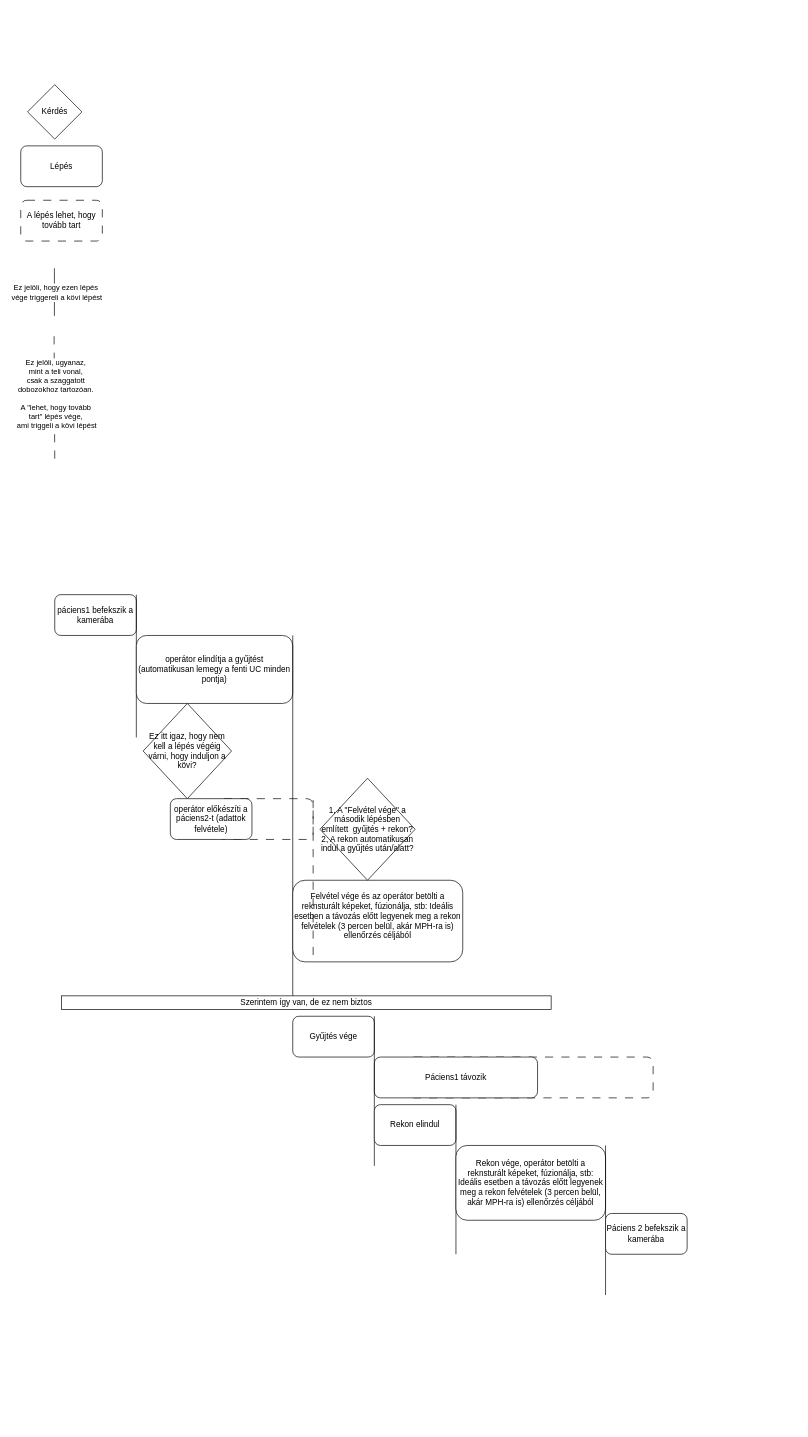
The draw.io diagram IV_Flow_diagram_UC1_SPECT_CT berenezésnél rutin.drawio in szvatai1985/drawio_files, before the edit. Source tidied: cells renumbered, new cells numbered last; positions are measured from the earlier drawing's top-left corner, leaving out a move shared by most shapes. Both pictures are drawn from the tidied source at 68%, with x=0, y=0 at pixel (20, 84).
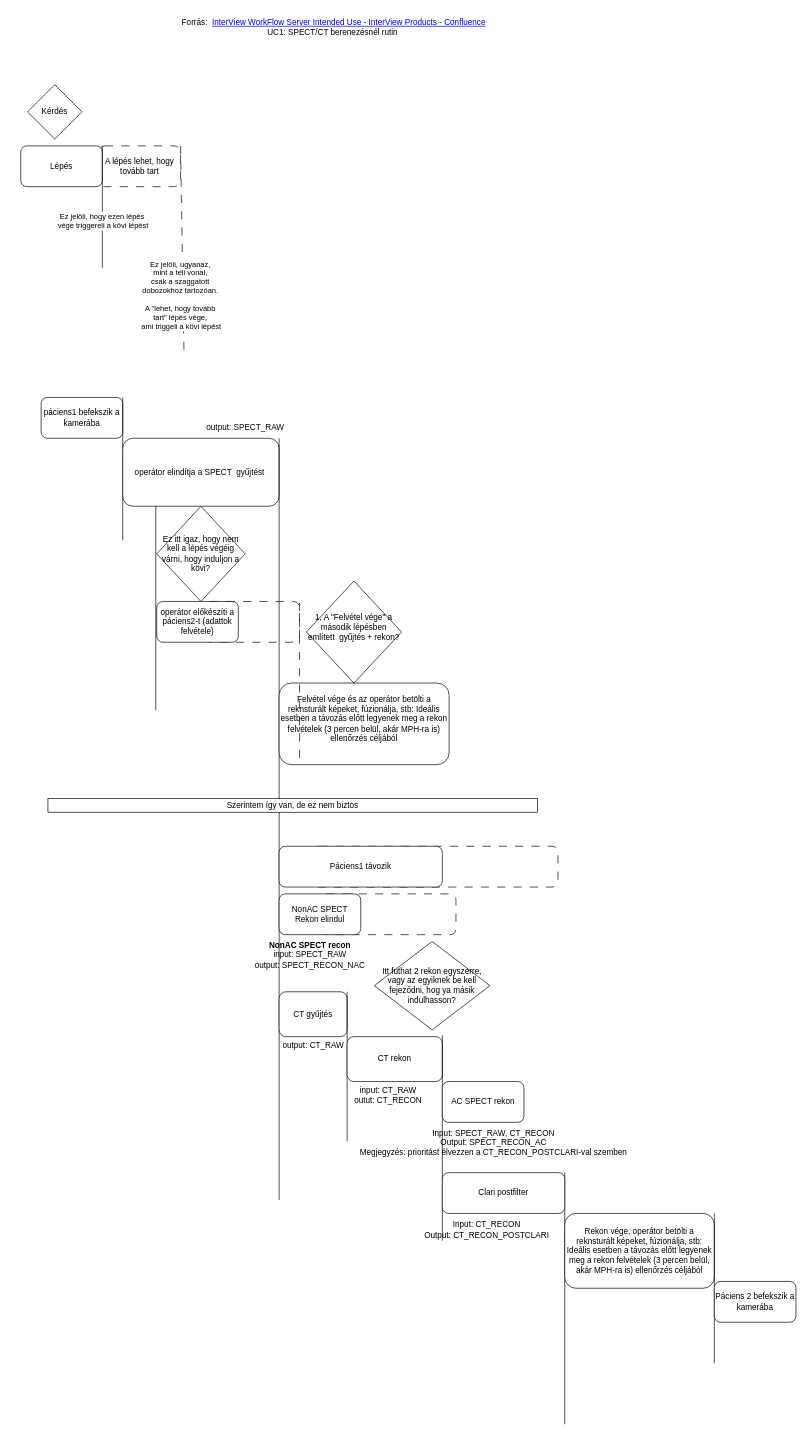
After the change.

The change refers to these unchanged cells:
```xml
<mxCell id="13" value="Lépés" style="rounded=1;whiteSpace=wrap;html=1;" parent="1" vertex="1">
  <mxGeometry y="90" width="120" height="60" as="geometry" />
</mxCell>
```

Change to the diagram source:
```diff
@@
+    <mxCell id="14" value="A lépés lehet, hogy tovább tart" style="rounded=1;whiteSpace=wrap;html=1;dashed=1;dashPattern=12 12;" parent="1" vertex="1">
+      <mxGeometry x="115" y="90" width="120" height="60" as="geometry" />
+    </mxCell>
+    <mxCell id="29" style="rounded=1;whiteSpace=wrap;html=1;dashed=1;dashPattern=12 12;" parent="1" vertex="1">
+      <mxGeometry x="440" y="1190" width="200" height="60" as="geometry" />
+    </mxCell>
     <mxCell id="2" style="rounded=1;whiteSpace=wrap;html=1;dashed=1;dashPattern=12 12;" parent="1" vertex="1">
-      <mxGeometry x="570" y="1430" width="360" height="60" as="geometry" />
+      <mxGeometry x="430" y="1120" width="360" height="60" as="geometry" />
     </mxCell>
     <mxCell id="3" style="rounded=1;whiteSpace=wrap;html=1;dashed=1;dashPattern=12 12;" parent="1" vertex="1">
-      <mxGeometry x="290" y="1050" width="140" height="60" as="geometry" />
+      <mxGeometry x="270" y="760" width="140" height="60" as="geometry" />
     </mxCell>
     <mxCell id="4" value="páciens1 befekszik a kamerába" style="rounded=1;whiteSpace=wrap;html=1;" parent="1" vertex="1">
-      <mxGeometry x="50" y="750" width="120" height="60" as="geometry" />
+      <mxGeometry x="30" y="460" width="120" height="60" as="geometry" />
     </mxCell>
     <mxCell id="5" style="endArrow=none;html=1;rounded=0;entryX=1;entryY=0;entryDx=0;entryDy=0;" parent="1" edge="1" target="4">
       <mxGeometry relative="1" as="geometry">
-        <mxPoint x="170" y="960" as="sourcePoint" />
+        <mxPoint x="150" y="670" as="sourcePoint" />
       </mxGeometry>
     </mxCell>
-    <mxCell id="6" value="&lt;div&gt;operátor elindítja a gyűjtést (automatikusan lemegy a fenti UC minden pontja)&lt;/div&gt;" style="rounded=1;whiteSpace=wrap;html=1;" parent="1" vertex="1">
-      <mxGeometry x="170" y="810" width="230" height="100" as="geometry" />
+    <mxCell id="6" value="&lt;div&gt;operátor elindítja a&amp;nbsp;SPECT&amp;nbsp; gyűjtést&amp;nbsp;&lt;/div&gt;" style="rounded=1;whiteSpace=wrap;html=1;" parent="1" vertex="1">
+      <mxGeometry x="150" y="520" width="230" height="100" as="geometry" />
     </mxCell>
     <mxCell id="7" value="&lt;div&gt;operátor előkészíti a páciens2-t (adattok felvétele)&lt;/div&gt;" style="rounded=1;whiteSpace=wrap;html=1;" parent="1" vertex="1">
-      <mxGeometry x="220" y="1050" width="120" height="60" as="geometry" />
+      <mxGeometry x="200" y="760" width="120" height="60" as="geometry" />
     </mxCell>
     <mxCell id="8" value="Ez itt igaz, hogy nem kell a lépés végéig várni, hogy induljon a kövi?" style="rhombus;whiteSpace=wrap;html=1;" parent="1" vertex="1">
-      <mxGeometry x="180" y="910" width="130" height="140" as="geometry" />
+      <mxGeometry x="200" y="620" width="130" height="140" as="geometry" />
     </mxCell>
     <mxCell id="9" style="endArrow=none;html=1;rounded=0;entryX=1;entryY=0;entryDx=0;entryDy=0;" parent="1" edge="1">
       <mxGeometry relative="1" as="geometry">
-        <mxPoint x="400" y="1340" as="sourcePoint" />
-        <mxPoint x="400" y="810" as="targetPoint" />
+        <mxPoint x="380" y="1640" as="sourcePoint" />
+        <mxPoint x="380" y="520" as="targetPoint" />
       </mxGeometry>
     </mxCell>
     <mxCell id="10" value="&lt;div&gt;Felvétel vége és az operátor betölti a reknsturált képeket, fúzionálja, stb: Ideális esetben a távozás előtt legyenek meg a rekon felvételek (3 percen belül, akár MPH-ra is) ellenőrzés céljából&lt;/div&gt;&lt;div&gt;&lt;br&gt;&lt;/div&gt;" style="rounded=1;whiteSpace=wrap;html=1;" parent="1" vertex="1">
-      <mxGeometry x="400" y="1170" width="250" height="120" as="geometry" />
+      <mxGeometry x="380" y="880" width="250" height="120" as="geometry" />
     </mxCell>
     <mxCell id="11" style="endArrow=none;html=1;rounded=0;entryX=1;entryY=0;entryDx=0;entryDy=0;dashed=1;dashPattern=12 12;" parent="1" edge="1">
       <mxGeometry relative="1" as="geometry">
-        <mxPoint x="430" y="1280" as="sourcePoint" />
-        <mxPoint x="430" y="1050" as="targetPoint" />
+        <mxPoint x="410" y="990" as="sourcePoint" />
+        <mxPoint x="410" y="760" as="targetPoint" />
       </mxGeometry>
     </mxCell>
@@
-    <mxCell id="14" value="A lépés lehet, hogy tovább tart" style="rounded=1;whiteSpace=wrap;html=1;dashed=1;dashPattern=12 12;" parent="1" vertex="1">
-      <mxGeometry y="170" width="120" height="60" as="geometry" />
-    </mxCell>
-    <mxCell id="15" style="endArrow=none;html=1;rounded=0;" parent="1" edge="1">
+    <mxCell id="15" style="endArrow=none;html=1;rounded=0;entryX=1;entryY=0;entryDx=0;entryDy=0;" parent="1" edge="1" target="13">
       <mxGeometry relative="1" as="geometry">
-        <mxPoint x="49.5" y="340" as="sourcePoint" />
-        <mxPoint x="49.5" y="270" as="targetPoint" />
+        <mxPoint x="120" y="270" as="sourcePoint" />
       </mxGeometry>
     </mxCell>
     <mxCell id="16" value="Ez jelöli, hogy ezen lépés&amp;nbsp;&lt;div&gt;vége triggereli a kövi lépést&lt;/div&gt;" style="edgeLabel;html=1;align=center;verticalAlign=middle;" parent="15" vertex="1">
-      <mxGeometry y="-3" relative="1" as="geometry" />
+      <mxGeometry y="-3" relative="1" as="geometry">
+        <mxPoint x="-3" y="20" as="offset" />
+      </mxGeometry>
     </mxCell>
     <mxCell id="17" style="endArrow=none;html=1;rounded=0;dashed=1;dashPattern=12 12;" parent="1" edge="1">
       <mxGeometry relative="1" as="geometry">
-        <mxPoint x="50" y="550" as="sourcePoint" />
-        <mxPoint x="49" y="360" as="targetPoint" />
+        <mxPoint x="240" y="390" as="sourcePoint" />
+        <mxPoint x="235" y="90" as="targetPoint" />
       </mxGeometry>
     </mxCell>
     <mxCell id="18" value="Ez jelöli, ugyanaz,&amp;nbsp;&lt;div&gt;mint a teli vonal,&amp;nbsp;&lt;div&gt;csak a szaggatott&amp;nbsp;&lt;/div&gt;&lt;div&gt;dobozokhoz tartozóan.&amp;nbsp;&lt;/div&gt;&lt;div&gt;&lt;br&gt;&lt;/div&gt;&lt;div&gt;A &quot;lehet, hogy tovább&amp;nbsp;&lt;/div&gt;&lt;div&gt;tart&quot; lépés vége,&amp;nbsp;&lt;/div&gt;&lt;div&gt;ami triggeli a kövi lépést&lt;/div&gt;&lt;/div&gt;" style="edgeLabel;html=1;align=center;verticalAlign=middle;" parent="17" vertex="1">
-      <mxGeometry y="-3" relative="1" as="geometry" />
+      <mxGeometry y="-3" relative="1" as="geometry">
+        <mxPoint x="-5" y="70" as="offset" />
+      </mxGeometry>
     </mxCell>
-    <mxCell id="19" value="1, A &quot;Felvétel vége&quot; a második lépésben említett&amp;nbsp; gyűjtés + rekon?&lt;div&gt;2, A rekon automatikusan indul a gyűjtés után/alatt?&lt;/div&gt;" style="rhombus;whiteSpace=wrap;html=1;" parent="1" vertex="1">
-      <mxGeometry x="440" y="1020" width="140" height="150" as="geometry" />
+    <mxCell id="19" value="1, A &quot;Felvétel vége&quot; a második lépésben említett&amp;nbsp; gyűjtés + rekon?&lt;div&gt;&lt;br&gt;&lt;/div&gt;" style="rhombus;whiteSpace=wrap;html=1;" parent="1" vertex="1">
+      <mxGeometry x="420" y="730" width="140" height="150" as="geometry" />
     </mxCell>
     <mxCell id="20" value="Szerintem így van, de ez nem biztos" style="rounded=0;whiteSpace=wrap;html=1;" parent="1" vertex="1">
-      <mxGeometry x="60" y="1340" width="720" height="20" as="geometry" />
+      <mxGeometry x="40" y="1050" width="720" height="20" as="geometry" />
     </mxCell>
-    <mxCell id="21" value="Gyűjtés vége" style="rounded=1;whiteSpace=wrap;html=1;" parent="1" vertex="1">
-      <mxGeometry x="400" y="1370" width="120" height="60" as="geometry" />
-    </mxCell>
     <mxCell id="22" value="Páciens1 távozik" style="rounded=1;whiteSpace=wrap;html=1;" parent="1" vertex="1">
-      <mxGeometry x="520" y="1430" width="240" height="60" as="geometry" />
+      <mxGeometry x="380" y="1120" width="240" height="60" as="geometry" />
     </mxCell>
-    <mxCell id="23" style="endArrow=none;html=1;rounded=0;entryX=1;entryY=0;entryDx=0;entryDy=0;" parent="1" edge="1" target="21">
-      <mxGeometry relative="1" as="geometry">
-        <mxPoint x="520" y="1590" as="sourcePoint" />
-      </mxGeometry>
-    </mxCell>
-    <mxCell id="24" value="Rekon elindul" style="rounded=1;whiteSpace=wrap;html=1;" parent="1" vertex="1">
-      <mxGeometry x="520" y="1500" width="120" height="60" as="geometry" />
+    <mxCell id="24" value="NonAC SPECT Rekon elindul" style="rounded=1;whiteSpace=wrap;html=1;" parent="1" vertex="1">
+      <mxGeometry x="380" y="1190" width="120" height="60" as="geometry" />
     </mxCell>
     <mxCell id="25" style="endArrow=none;html=1;rounded=0;entryX=1;entryY=0;entryDx=0;entryDy=0;" parent="1" edge="1">
       <mxGeometry relative="1" as="geometry">
-        <mxPoint x="640" y="1720" as="sourcePoint" />
-        <mxPoint x="640" y="1500" as="targetPoint" />
+        <mxPoint x="800" y="1970" as="sourcePoint" />
+        <mxPoint x="800" y="1600" as="targetPoint" />
       </mxGeometry>
     </mxCell>
     <mxCell id="26" value="Rekon vége, operátor betölti a reknsturált képeket, fúzionálja, stb: Ideális esetben a távozás előtt legyenek meg a rekon felvételek (3 percen belül, akár MPH-ra is) ellenőrzés céljából" style="rounded=1;whiteSpace=wrap;html=1;" parent="1" vertex="1">
-      <mxGeometry x="640" y="1560" width="220" height="110" as="geometry" />
+      <mxGeometry x="800" y="1660" width="220" height="110" as="geometry" />
     </mxCell>
     <mxCell id="27" style="endArrow=none;html=1;rounded=0;entryX=1;entryY=0;entryDx=0;entryDy=0;" parent="1" edge="1">
       <mxGeometry relative="1" as="geometry">
-        <mxPoint x="860" y="1780" as="sourcePoint" />
-        <mxPoint x="860" y="1560" as="targetPoint" />
+        <mxPoint x="1020" y="1880" as="sourcePoint" />
+        <mxPoint x="1020" y="1660" as="targetPoint" />
       </mxGeometry>
     </mxCell>
     <mxCell id="28" value="&lt;div&gt;Páciens 2 befekszik a kamerába&lt;/div&gt;" style="rounded=1;whiteSpace=wrap;html=1;" parent="1" vertex="1">
-      <mxGeometry x="860" y="1660" width="120" height="60" as="geometry" />
+      <mxGeometry x="1020" y="1760" width="120" height="60" as="geometry" />
     </mxCell>
+    <mxCell id="30" value="output: SPECT_RAW" style="text;html=1;align=center;verticalAlign=middle;strokeColor=none;fillColor=none;" parent="1" vertex="1">
+      <mxGeometry x="260" y="490" width="140" height="30" as="geometry" />
+    </mxCell>
+    <mxCell id="31" value="&lt;b&gt;NonAC SPECT recon&lt;/b&gt;&lt;div&gt;&lt;div&gt;input: SPECT_RAW&lt;/div&gt;&lt;div&gt;output: SPECT_RECON_NAC&lt;/div&gt;&lt;/div&gt;" style="text;html=1;align=center;verticalAlign=middle;strokeColor=none;fillColor=none;" parent="1" vertex="1">
+      <mxGeometry x="330" y="1250" width="190" height="60" as="geometry" />
+    </mxCell>
+    <mxCell id="32" value="CT gyűjtés" style="rounded=1;whiteSpace=wrap;html=1;" parent="1" vertex="1">
+      <mxGeometry x="380" y="1334" width="100" height="66" as="geometry" />
+    </mxCell>
+    <mxCell id="33" value="&lt;div&gt;output: CT_RAW&lt;/div&gt;" style="text;html=1;align=center;verticalAlign=middle;strokeColor=none;fillColor=none;" parent="1" vertex="1">
+      <mxGeometry x="375" y="1398" width="110" height="30" as="geometry" />
+    </mxCell>
+    <mxCell id="34" style="endArrow=none;html=1;rounded=0;entryX=1;entryY=0;entryDx=0;entryDy=0;" parent="1" edge="1">
+      <mxGeometry relative="1" as="geometry">
+        <mxPoint x="480" y="1554" as="sourcePoint" />
+        <mxPoint x="480" y="1334" as="targetPoint" />
+      </mxGeometry>
+    </mxCell>
+    <mxCell id="35" value="CT rekon" style="rounded=1;whiteSpace=wrap;html=1;" parent="1" vertex="1">
+      <mxGeometry x="480" y="1400" width="140" height="66" as="geometry" />
+    </mxCell>
+    <mxCell id="36" value="&lt;div&gt;input: CT_RAW&lt;/div&gt;&lt;div&gt;outut: CT_RECON&lt;/div&gt;" style="text;html=1;align=center;verticalAlign=middle;strokeColor=none;fillColor=none;" parent="1" vertex="1">
+      <mxGeometry x="480" y="1466" width="120" height="40" as="geometry" />
+    </mxCell>
+    <mxCell id="37" style="endArrow=none;html=1;rounded=0;entryX=1;entryY=0;entryDx=0;entryDy=0;" parent="1" edge="1">
+      <mxGeometry relative="1" as="geometry">
+        <mxPoint x="620" y="1700" as="sourcePoint" />
+        <mxPoint x="620" y="1398" as="targetPoint" />
+      </mxGeometry>
+    </mxCell>
+    <mxCell id="38" value="&lt;div&gt;Clari postfilter&lt;/div&gt;" style="rounded=1;whiteSpace=wrap;html=1;" parent="1" vertex="1">
+      <mxGeometry x="620" y="1600" width="180" height="60" as="geometry" />
+    </mxCell>
+    <mxCell id="39" value="&lt;div&gt;Input: CT_RECON&lt;/div&gt;&lt;div&gt;Output: CT_RECON_POSTCLARI&lt;/div&gt;" style="text;html=1;align=center;verticalAlign=middle;strokeColor=none;fillColor=none;" parent="1" vertex="1">
+      <mxGeometry x="580" y="1664" width="210" height="40" as="geometry" />
+    </mxCell>
+    <mxCell id="40" value="AC SPECT rekon" style="rounded=1;whiteSpace=wrap;html=1;" parent="1" vertex="1">
+      <mxGeometry x="620" y="1466" width="120" height="60" as="geometry" />
+    </mxCell>
+    <mxCell id="41" value="&lt;div&gt;Input: SPECT_RAW, CT_RECON&lt;/div&gt;&lt;div&gt;Output: SPECT_RECON_AC&lt;/div&gt;&lt;div&gt;Megjegyzés: prioritást élvezzen a CT_RECON_POSTCLARI-val szemben&lt;/div&gt;" style="text;html=1;align=center;verticalAlign=middle;strokeColor=none;fillColor=none;" parent="1" vertex="1">
+      <mxGeometry x="485" y="1526" width="420" height="60" as="geometry" />
+    </mxCell>
+    <mxCell id="42" value="Forrás:&amp;nbsp;&amp;nbsp;&lt;a href=&quot;https://confluence.mediso.com/pages/viewpage.action?pageId=334987753&quot;&gt;InterView WorkFlow Server Intended Use - InterView Products - Confluence&lt;/a&gt;&lt;div&gt;&lt;div&gt;UC1: SPECT/CT berenezésnél rutin&amp;nbsp;&lt;/div&gt;&lt;div&gt;&lt;br&gt;&lt;/div&gt;&lt;/div&gt;" style="text;html=1;align=center;verticalAlign=middle;strokeColor=none;fillColor=none;" parent="1" vertex="1">
+      <mxGeometry x="225" y="-107" width="470" height="60" as="geometry" />
+    </mxCell>
+    <mxCell id="43" style="endArrow=none;html=1;rounded=0;" parent="1" edge="1">
+      <mxGeometry relative="1" as="geometry">
+        <mxPoint x="198.6" y="920" as="sourcePoint" />
+        <mxPoint x="198.6" y="620" as="targetPoint" />
+      </mxGeometry>
+    </mxCell>
+    <mxCell id="44" value="Itt futhat 2 rekon egyszerre, vagy az egyiknek be kell fejeződni, hog ya másik indulhasson?" style="rhombus;whiteSpace=wrap;html=1;" parent="1" vertex="1">
+      <mxGeometry x="520" y="1260" width="170" height="130" as="geometry" />
+    </mxCell>
```
